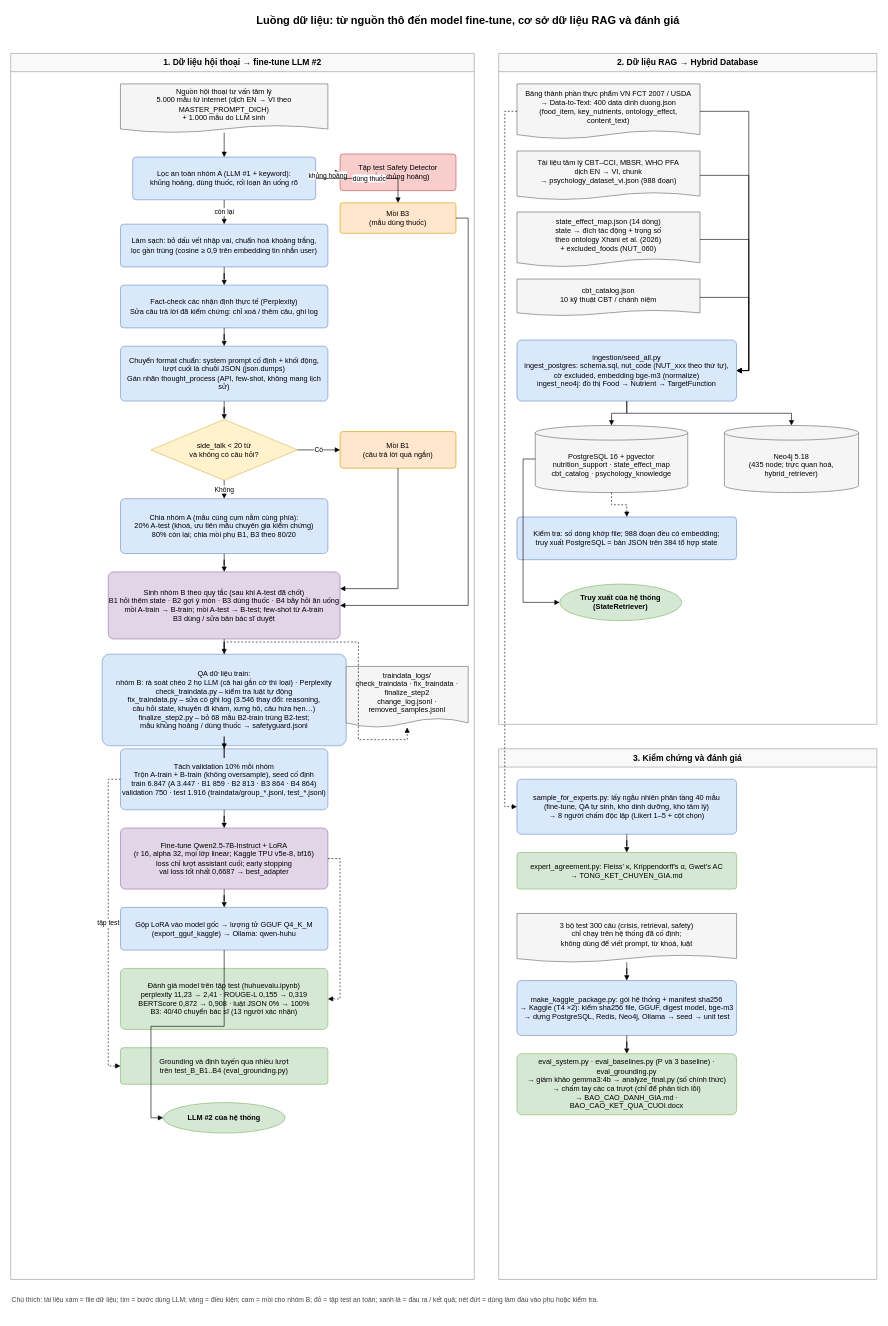
The draw.io diagram flowchart_du_lieu.drawio in Thormia/modelHehe, before the edit. Source tidied: cells renumbered, new cells numbered last; positions are measured from the earlier drawing's top-left corner, leaving out a move shared by most shapes. Both pictures are drawn from the tidied source at 61%, with x=0, y=0 at pixel (10, 10).
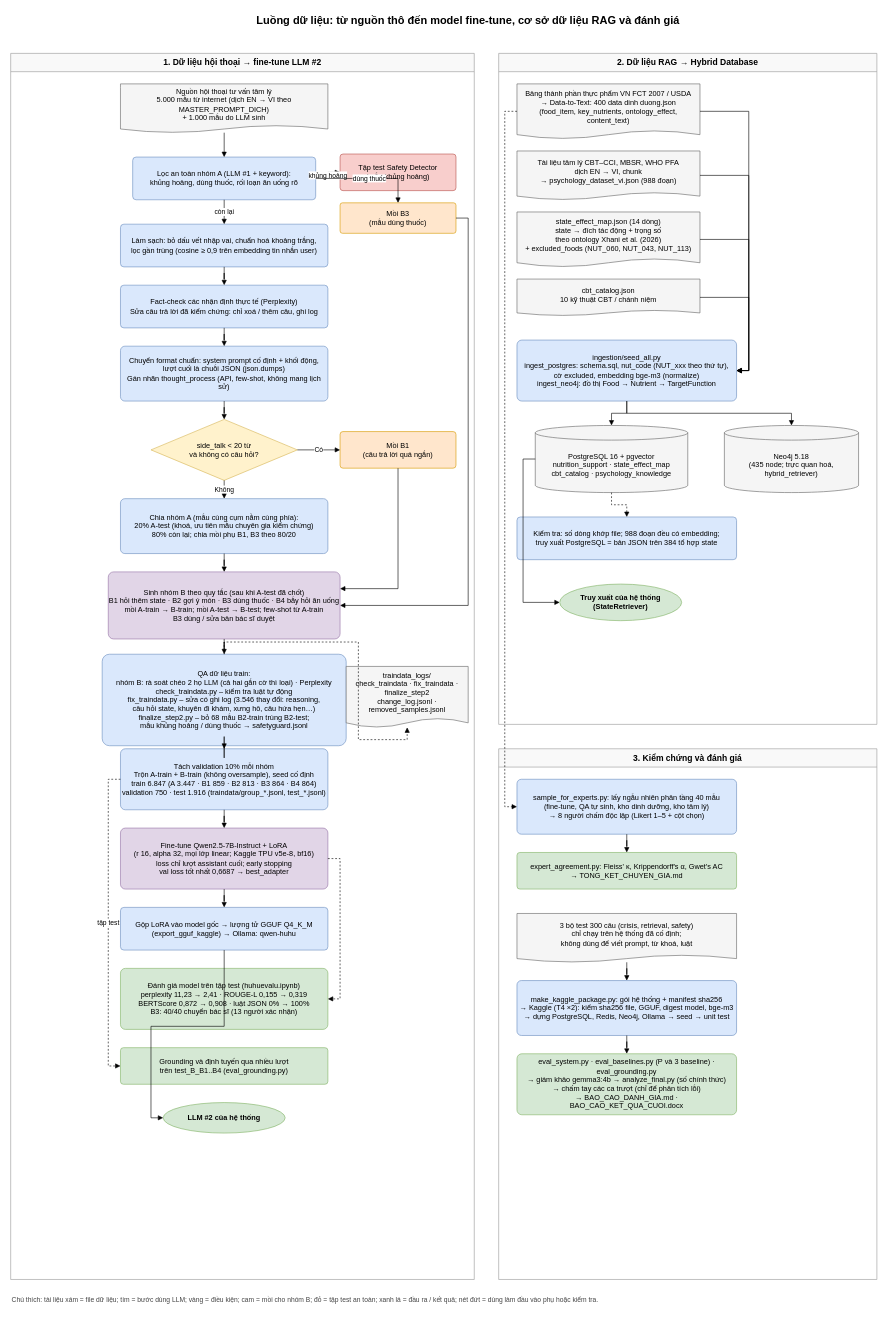
Above is the later version.

Commit message (it also covers changes not shown here):
Loại NUT_043 (Tiết lợn sống) và NUT_113 (Lá sắn tươi) khỏi gợi ý theo góp ý chuyên gia

What changed in the source:
```diff
@@
-    <mxCell id="46" value="state_effect_map.json (14 dòng)&lt;br&gt;state → đích tác động + trọng số&lt;br&gt;theo ontology Xhani et al. (2026)&lt;br&gt;+ excluded_foods (NUT_060)" style="shape=document;whiteSpace=wrap;html=1;boundedLbl=1;fillColor=#f5f5f5;strokeColor=#666666;size=0.15;" parent="1" vertex="1">
+    <mxCell id="46" value="state_effect_map.json (14 dòng)&lt;br&gt;state → đích tác động + trọng số&lt;br&gt;theo ontology Xhani et al. (2026)&lt;br&gt;+ excluded_foods (NUT_060, NUT_043, NUT_113)" style="shape=document;whiteSpace=wrap;html=1;boundedLbl=1;fillColor=#f5f5f5;strokeColor=#666666;size=0.15;" parent="1" vertex="1">
       <mxGeometry x="830" y="330" width="300" height="90" as="geometry" />
     </mxCell>
```
